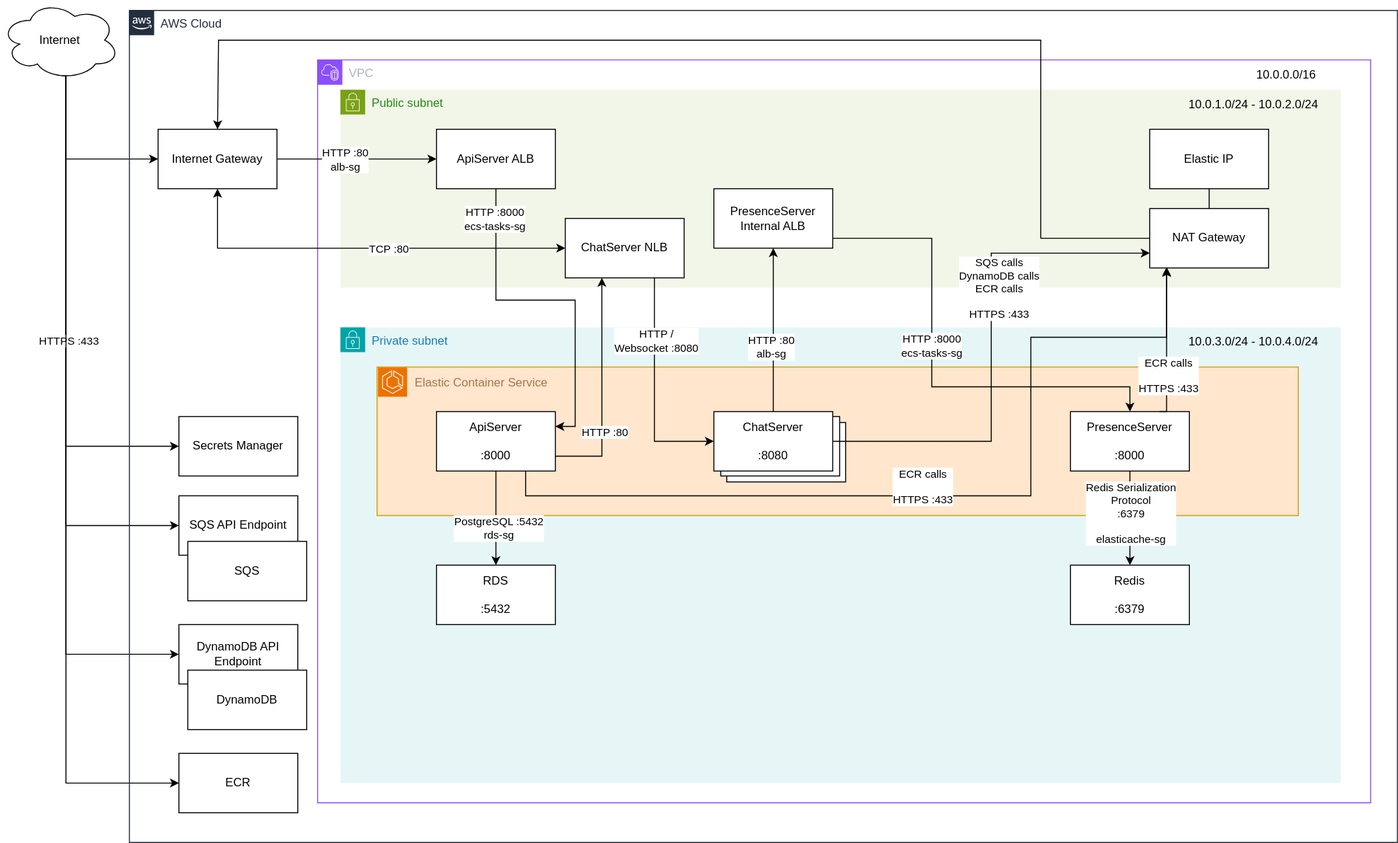
cmichaelsd/ChatSystem keeps this draw.io diagram as diagram.svg. Above is the earlier version. Source tidied: cells renumbered, new cells last; positions are measured from the earlier drawing's top-left corner, leaving out a move shared by most shapes. The source it was exported from:
```xml
<mxGraphModel>
  <root>
    <mxCell id="0" />
    <mxCell id="1" parent="0" />
    <mxCell id="2" style="edgeStyle=orthogonalEdgeStyle;rounded=0;jettySize=auto;html=1;exitX=0.55;exitY=0.95;exitDx=0;exitDy=0;exitPerimeter=0;entryX=0;entryY=0.5;entryDx=0;entryDy=0;" parent="1" edge="1" source="8" target="57">
      <mxGeometry relative="1" as="geometry">
        <Array as="points">
          <mxPoint x="66" y="160" />
        </Array>
      </mxGeometry>
    </mxCell>
    <mxCell id="3" style="edgeStyle=orthogonalEdgeStyle;rounded=0;jettySize=auto;html=1;exitX=0.55;exitY=0.95;exitDx=0;exitDy=0;exitPerimeter=0;entryX=0;entryY=0.5;entryDx=0;entryDy=0;" parent="1" edge="1" target="58">
      <mxGeometry relative="1" as="geometry">
        <mxPoint x="62" y="76" as="sourcePoint" />
        <Array as="points">
          <mxPoint x="66" y="76" />
          <mxPoint x="66" y="450" />
        </Array>
      </mxGeometry>
    </mxCell>
    <mxCell id="4" style="edgeStyle=orthogonalEdgeStyle;rounded=0;jettySize=auto;html=1;exitX=0.55;exitY=0.95;exitDx=0;exitDy=0;exitPerimeter=0;entryX=0;entryY=0.5;entryDx=0;entryDy=0;" parent="1" edge="1" source="8" target="60">
      <mxGeometry relative="1" as="geometry">
        <Array as="points">
          <mxPoint x="66" y="530" />
        </Array>
      </mxGeometry>
    </mxCell>
    <mxCell id="5" style="edgeStyle=orthogonalEdgeStyle;rounded=0;jettySize=auto;html=1;exitX=0.55;exitY=0.95;exitDx=0;exitDy=0;exitPerimeter=0;entryX=0;entryY=0.5;entryDx=0;entryDy=0;" parent="1" edge="1" source="8" target="62">
      <mxGeometry relative="1" as="geometry">
        <Array as="points">
          <mxPoint x="66" y="660" />
        </Array>
      </mxGeometry>
    </mxCell>
    <mxCell id="6" value="HTTPS :433" style="edgeLabel;html=1;align=center;verticalAlign=middle;" parent="5" vertex="1">
      <mxGeometry x="-0.23" y="2" relative="1" as="geometry" />
    </mxCell>
    <mxCell id="7" style="edgeStyle=orthogonalEdgeStyle;rounded=0;jettySize=auto;html=1;exitX=0.55;exitY=0.95;exitDx=0;exitDy=0;exitPerimeter=0;entryX=0;entryY=0.5;entryDx=0;entryDy=0;" parent="1" edge="1" source="8" target="64">
      <mxGeometry relative="1" as="geometry">
        <Array as="points">
          <mxPoint x="66" y="790" />
        </Array>
      </mxGeometry>
    </mxCell>
    <mxCell id="8" value="Internet" style="ellipse;shape=cloud;whiteSpace=wrap;html=1;" parent="1" vertex="1">
      <mxGeometry width="120" height="80" as="geometry" />
    </mxCell>
    <mxCell id="9" value="AWS Cloud" style="gradientColor=none;html=1;whiteSpace=wrap;fontSize=12;fontStyle=0;shape=mxgraph.aws4.group;grIcon=mxgraph.aws4.group_aws_cloud_alt;strokeColor=#232F3E;fillColor=none;verticalAlign=top;align=left;spacingLeft=30;fontColor=#232F3E;dashed=0;" parent="1" vertex="1">
      <mxGeometry x="130" y="10" width="1280" height="840" as="geometry" />
    </mxCell>
    <mxCell id="10" value="Public subnet" style="gradientColor=none;html=1;whiteSpace=wrap;fontSize=12;fontStyle=0;shape=mxgraph.aws4.group;grIcon=mxgraph.aws4.group_security_group;grStroke=0;strokeColor=#7AA116;fillColor=#F2F6E8;verticalAlign=top;align=left;spacingLeft=30;fontColor=#248814;dashed=0;" parent="9" vertex="1">
      <mxGeometry x="213" y="80" width="1010" height="200" as="geometry" />
    </mxCell>
    <mxCell id="11" value="Private subnet" style="gradientColor=none;html=1;whiteSpace=wrap;fontSize=12;fontStyle=0;shape=mxgraph.aws4.group;grIcon=mxgraph.aws4.group_security_group;grStroke=0;strokeColor=#00A4A6;fillColor=#E6F6F7;verticalAlign=top;align=left;spacingLeft=30;fontColor=#147EBA;dashed=0;" parent="9" vertex="1">
      <mxGeometry x="213" y="320" width="1010" height="460" as="geometry" />
    </mxCell>
    <mxCell id="12" value="VPC" style="gradientColor=none;html=1;whiteSpace=wrap;fontSize=12;fontStyle=0;shape=mxgraph.aws4.group;grIcon=mxgraph.aws4.group_vpc2;strokeColor=#8C4FFF;fillColor=none;verticalAlign=top;align=left;spacingLeft=30;fontColor=#AAB7B8;dashed=0;" parent="9" vertex="1">
      <mxGeometry x="190" y="50" width="1063" height="750" as="geometry" />
    </mxCell>
    <mxCell id="13" value="NAT Gateway" style="rounded=0;whiteSpace=wrap;html=1;" parent="12" vertex="1">
      <mxGeometry x="840" y="150" width="120" height="60" as="geometry" />
    </mxCell>
    <mxCell id="14" value="Elastic IP" style="rounded=0;whiteSpace=wrap;html=1;" parent="12" vertex="1">
      <mxGeometry x="840" y="70" width="120" height="60" as="geometry" />
    </mxCell>
    <mxCell id="15" style="endArrow=none;html=1;rounded=0;entryX=0.5;entryY=1;entryDx=0;entryDy=0;exitX=0.5;exitY=0;exitDx=0;exitDy=0;" parent="12" edge="1" source="13" target="14">
      <mxGeometry relative="1" as="geometry" />
    </mxCell>
    <mxCell id="16" style="group;" parent="12" vertex="1">
      <mxGeometry x="60" y="310" width="930" height="200" as="geometry" />
    </mxCell>
    <mxCell id="17" style="rounded=0;whiteSpace=wrap;html=1;fillColor=#ffe6cc;strokeColor=#d79b00;" parent="16" vertex="1">
      <mxGeometry width="930" height="150" as="geometry" />
    </mxCell>
    <mxCell id="18" style="sketch=0;fontColor=#232F3E;fillColor=#ED7100;strokeColor=#ffffff;dashed=0;verticalLabelPosition=bottom;verticalAlign=top;align=center;html=1;fontSize=12;fontStyle=0;shape=mxgraph.aws4.resourceIcon;resIcon=mxgraph.aws4.ecs;" parent="16" vertex="1">
      <mxGeometry x="1" y="0.6" width="29.4" height="29.4" as="geometry" />
    </mxCell>
    <mxCell id="19" value="Elastic Container Service" style="text;html=1;whiteSpace=wrap;strokeColor=none;fillColor=none;align=center;verticalAlign=middle;rounded=0;fontColor=#A8744D;" parent="16" vertex="1">
      <mxGeometry x="21.6" y="-3.1" width="167.3" height="37.5" as="geometry" />
    </mxCell>
    <mxCell id="20" style="rounded=0;whiteSpace=wrap;html=1;" parent="16" vertex="1">
      <mxGeometry x="353" y="56" width="120" height="60" as="geometry" />
    </mxCell>
    <mxCell id="21" style="rounded=0;whiteSpace=wrap;html=1;" parent="16" vertex="1">
      <mxGeometry x="347" y="50" width="120" height="60" as="geometry" />
    </mxCell>
    <mxCell id="22" value="ChatServer&lt;br&gt;&lt;br&gt;:8080" style="rounded=0;whiteSpace=wrap;html=1;" parent="16" vertex="1">
      <mxGeometry x="340" y="45" width="120" height="60" as="geometry" />
    </mxCell>
    <mxCell id="23" value="PresenceServer&lt;br&gt;&lt;br&gt;:8000" style="rounded=0;whiteSpace=wrap;html=1;" parent="16" vertex="1">
      <mxGeometry x="700" y="45" width="120" height="60" as="geometry" />
    </mxCell>
    <mxCell id="24" value="ApiServer&lt;br&gt;&lt;br&gt;:8000" style="rounded=0;whiteSpace=wrap;html=1;" parent="16" vertex="1">
      <mxGeometry x="60" y="45" width="120" height="60" as="geometry" />
    </mxCell>
    <mxCell id="25" value="RDS&lt;br&gt;&lt;div&gt;&lt;br&gt;&lt;/div&gt;&lt;div&gt;:5432&lt;/div&gt;" style="rounded=0;whiteSpace=wrap;html=1;" parent="12" vertex="1">
      <mxGeometry x="120" y="510" width="120" height="60" as="geometry" />
    </mxCell>
    <mxCell id="26" style="edgeStyle=orthogonalEdgeStyle;rounded=0;jettySize=auto;html=1;exitX=1;exitY=0.5;exitDx=0;exitDy=0;entryX=0.5;entryY=0;entryDx=0;entryDy=0;" parent="12" edge="1" source="28" target="23">
      <mxGeometry relative="1" as="geometry">
        <Array as="points">
          <mxPoint x="510" y="160" />
          <mxPoint x="510" y="180" />
          <mxPoint x="620" y="180" />
          <mxPoint x="620" y="330" />
          <mxPoint x="820" y="330" />
        </Array>
      </mxGeometry>
    </mxCell>
    <mxCell id="27" value="HTTP :8000&lt;br&gt;ecs-tasks-sg" style="edgeLabel;html=1;align=center;verticalAlign=middle;" parent="26" vertex="1">
      <mxGeometry x="-0.04" y="-1" relative="1" as="geometry" />
    </mxCell>
    <mxCell id="28" value="PresenceServer Internal ALB" style="rounded=0;whiteSpace=wrap;html=1;" parent="12" vertex="1">
      <mxGeometry x="400" y="130" width="120" height="60" as="geometry" />
    </mxCell>
    <mxCell id="29" style="edgeStyle=orthogonalEdgeStyle;rounded=0;jettySize=auto;html=1;exitX=0.75;exitY=1;exitDx=0;exitDy=0;entryX=0;entryY=0.5;entryDx=0;entryDy=0;" parent="12" edge="1" source="31" target="22">
      <mxGeometry relative="1" as="geometry" />
    </mxCell>
    <mxCell id="30" value="HTTP /&lt;br&gt;Websocket :8080" style="edgeLabel;html=1;align=center;verticalAlign=middle;" parent="29" vertex="1">
      <mxGeometry x="-0.44" y="1" relative="1" as="geometry" />
    </mxCell>
    <mxCell id="31" value="ChatServer NLB" style="rounded=0;whiteSpace=wrap;html=1;" parent="12" vertex="1">
      <mxGeometry x="250" y="160" width="120" height="60" as="geometry" />
    </mxCell>
    <mxCell id="32" style="edgeStyle=orthogonalEdgeStyle;rounded=0;jettySize=auto;html=1;exitX=0.5;exitY=1;exitDx=0;exitDy=0;entryX=1;entryY=0.25;entryDx=0;entryDy=0;" parent="12" edge="1" source="34" target="24">
      <mxGeometry relative="1" as="geometry" />
    </mxCell>
    <mxCell id="33" value="HTTP :8000&lt;div&gt;ecs-tasks-sg&lt;/div&gt;" style="edgeLabel;html=1;align=center;verticalAlign=middle;" parent="32" vertex="1">
      <mxGeometry x="-0.82" y="-2" relative="1" as="geometry" />
    </mxCell>
    <mxCell id="34" value="ApiServer ALB" style="rounded=0;whiteSpace=wrap;html=1;" parent="12" vertex="1">
      <mxGeometry x="120" y="70" width="120" height="60" as="geometry" />
    </mxCell>
    <mxCell id="35" value="Redis&lt;br&gt;&lt;br&gt;:6379" style="rounded=0;whiteSpace=wrap;html=1;" parent="12" vertex="1">
      <mxGeometry x="760" y="510" width="120" height="60" as="geometry" />
    </mxCell>
    <mxCell id="36" style="edgeStyle=orthogonalEdgeStyle;rounded=0;jettySize=auto;html=1;exitX=0.5;exitY=1;exitDx=0;exitDy=0;" parent="12" edge="1" source="23" target="35">
      <mxGeometry relative="1" as="geometry" />
    </mxCell>
    <mxCell id="37" value="Redis Serialization&lt;br&gt;Protocol&lt;br&gt;:6379&lt;br&gt;&lt;br&gt;elasticache-sg" style="edgeLabel;html=1;align=center;verticalAlign=middle;" parent="36" vertex="1">
      <mxGeometry x="0.22" y="-1" relative="1" as="geometry">
        <mxPoint x="1" y="-16" as="offset" />
      </mxGeometry>
    </mxCell>
    <mxCell id="38" style="edgeStyle=orthogonalEdgeStyle;rounded=0;jettySize=auto;html=1;exitX=0.5;exitY=1;exitDx=0;exitDy=0;entryX=0.5;entryY=0;entryDx=0;entryDy=0;" parent="12" edge="1" source="24" target="25">
      <mxGeometry relative="1" as="geometry" />
    </mxCell>
    <mxCell id="39" value="PostgreSQL :5432&lt;br&gt;rds-sg" style="edgeLabel;html=1;align=center;verticalAlign=middle;" parent="38" vertex="1">
      <mxGeometry x="0.19" y="2" relative="1" as="geometry" />
    </mxCell>
    <mxCell id="40" style="edgeStyle=orthogonalEdgeStyle;rounded=0;jettySize=auto;html=1;exitX=0.5;exitY=0;exitDx=0;exitDy=0;entryX=0.5;entryY=1;entryDx=0;entryDy=0;" parent="12" edge="1" source="22" target="28">
      <mxGeometry relative="1" as="geometry" />
    </mxCell>
    <mxCell id="41" value="HTTP :80&lt;br&gt;alb-sg" style="edgeLabel;html=1;align=center;verticalAlign=middle;" parent="40" vertex="1">
      <mxGeometry x="-0.24" y="3" relative="1" as="geometry">
        <mxPoint y="-3" as="offset" />
      </mxGeometry>
    </mxCell>
    <mxCell id="42" style="edgeStyle=orthogonalEdgeStyle;rounded=0;jettySize=auto;html=1;exitX=1;exitY=0.75;exitDx=0;exitDy=0;entryX=0.308;entryY=1;entryDx=0;entryDy=0;entryPerimeter=0;" parent="12" edge="1" source="24" target="31">
      <mxGeometry relative="1" as="geometry" />
    </mxCell>
    <mxCell id="43" value="HTTP :80" style="edgeLabel;html=1;align=center;verticalAlign=middle;" parent="42" vertex="1">
      <mxGeometry x="-0.49" relative="1" as="geometry">
        <mxPoint x="3" y="-14" as="offset" />
      </mxGeometry>
    </mxCell>
    <mxCell id="44" style="edgeStyle=orthogonalEdgeStyle;rounded=0;jettySize=auto;html=1;exitX=1;exitY=0.5;exitDx=0;exitDy=0;entryX=0;entryY=0.75;entryDx=0;entryDy=0;" parent="12" edge="1" source="22" target="13">
      <mxGeometry relative="1" as="geometry" />
    </mxCell>
    <mxCell id="45" value="SQS calls&lt;br&gt;DynamoDB calls&lt;br&gt;ECR calls&lt;br&gt;&lt;br&gt;HTTPS :433" style="edgeLabel;html=1;align=center;verticalAlign=middle;" parent="44" vertex="1">
      <mxGeometry x="0.18" y="1" relative="1" as="geometry">
        <mxPoint x="8" y="-13" as="offset" />
      </mxGeometry>
    </mxCell>
    <mxCell id="46" value="10.0.1.0/24 - 10.0.2.0/24" style="text;html=1;whiteSpace=wrap;strokeColor=none;fillColor=none;align=center;verticalAlign=middle;rounded=0;" parent="12" vertex="1">
      <mxGeometry x="860" y="30" width="170" height="30" as="geometry" />
    </mxCell>
    <mxCell id="47" value="10.0.3.0/24 - 10.0.4.0/24" style="text;html=1;whiteSpace=wrap;strokeColor=none;fillColor=none;align=center;verticalAlign=middle;rounded=0;" parent="12" vertex="1">
      <mxGeometry x="860" y="270" width="170" height="30" as="geometry" />
    </mxCell>
    <mxCell id="48" value="10.0.0.0/16" style="text;html=1;whiteSpace=wrap;strokeColor=none;fillColor=none;align=center;verticalAlign=middle;rounded=0;" parent="12" vertex="1">
      <mxGeometry x="893" width="170" height="30" as="geometry" />
    </mxCell>
    <mxCell id="49" style="edgeStyle=orthogonalEdgeStyle;rounded=0;jettySize=auto;html=1;exitX=0.75;exitY=1;exitDx=0;exitDy=0;entryX=0.142;entryY=0.983;entryDx=0;entryDy=0;entryPerimeter=0;curved=0;" parent="12" edge="1" source="24" target="13">
      <mxGeometry relative="1" as="geometry">
        <Array as="points">
          <mxPoint x="210" y="440" />
          <mxPoint x="720" y="440" />
          <mxPoint x="720" y="280" />
          <mxPoint x="857" y="280" />
        </Array>
      </mxGeometry>
    </mxCell>
    <mxCell id="50" style="edgeStyle=orthogonalEdgeStyle;rounded=0;jettySize=auto;html=1;exitX=0.75;exitY=0;exitDx=0;exitDy=0;entryX=0.142;entryY=1;entryDx=0;entryDy=0;entryPerimeter=0;" parent="12" edge="1" source="23" target="13">
      <mxGeometry relative="1" as="geometry">
        <Array as="points">
          <mxPoint x="857" y="355" />
        </Array>
      </mxGeometry>
    </mxCell>
    <mxCell id="51" value="ECR calls&lt;br&gt;&lt;br&gt;HTTPS :433" style="edgeLabel;html=1;align=center;verticalAlign=middle;" parent="50" vertex="1">
      <mxGeometry x="0.49" relative="1" as="geometry">
        <mxPoint x="-247" y="181" as="offset" />
      </mxGeometry>
    </mxCell>
    <mxCell id="52" value="ECR calls&lt;br&gt;&lt;br&gt;HTTPS :433" style="edgeLabel;html=1;align=center;verticalAlign=middle;" parent="50" vertex="1">
      <mxGeometry x="-0.42" y="-1" relative="1" as="geometry" />
    </mxCell>
    <mxCell id="53" style="edgeStyle=orthogonalEdgeStyle;rounded=0;jettySize=auto;html=1;exitX=1;exitY=0.5;exitDx=0;exitDy=0;" parent="9" edge="1" source="57" target="34">
      <mxGeometry relative="1" as="geometry" />
    </mxCell>
    <mxCell id="54" value="HTTP :80&lt;br&gt;alb-sg" style="edgeLabel;html=1;align=center;verticalAlign=middle;" parent="53" vertex="1">
      <mxGeometry x="-0.16" relative="1" as="geometry" />
    </mxCell>
    <mxCell id="55" style="edgeStyle=orthogonalEdgeStyle;rounded=0;jettySize=auto;html=1;exitX=0.5;exitY=1;exitDx=0;exitDy=0;entryX=0;entryY=0.5;entryDx=0;entryDy=0;startArrow=classic;startFill=1;" parent="9" edge="1" source="57" target="31">
      <mxGeometry relative="1" as="geometry" />
    </mxCell>
    <mxCell id="56" value="TCP :80" style="edgeLabel;html=1;align=center;verticalAlign=middle;" parent="55" vertex="1">
      <mxGeometry x="0.13" relative="1" as="geometry" />
    </mxCell>
    <mxCell id="57" value="Internet Gateway" style="rounded=0;whiteSpace=wrap;html=1;" parent="9" vertex="1">
      <mxGeometry x="29" y="120" width="120" height="60" as="geometry" />
    </mxCell>
    <mxCell id="58" value="Secrets Manager" style="rounded=0;whiteSpace=wrap;html=1;" parent="9" vertex="1">
      <mxGeometry x="50" y="410" width="120" height="60" as="geometry" />
    </mxCell>
    <mxCell id="59" style="edgeStyle=orthogonalEdgeStyle;rounded=0;jettySize=auto;html=1;exitX=0;exitY=0.5;exitDx=0;exitDy=0;entryX=0.5;entryY=0;entryDx=0;entryDy=0;" parent="9" edge="1" source="13" target="57">
      <mxGeometry relative="1" as="geometry">
        <Array as="points">
          <mxPoint x="920" y="230" />
          <mxPoint x="920" y="30" />
          <mxPoint x="90" y="30" />
        </Array>
      </mxGeometry>
    </mxCell>
    <mxCell id="60" value="SQS API Endpoint" style="rounded=0;whiteSpace=wrap;html=1;" parent="9" vertex="1">
      <mxGeometry x="50" y="490" width="120" height="60" as="geometry" />
    </mxCell>
    <mxCell id="61" value="SQS" style="rounded=0;whiteSpace=wrap;html=1;" parent="9" vertex="1">
      <mxGeometry x="59" y="536" width="120" height="60" as="geometry" />
    </mxCell>
    <mxCell id="62" value="DynamoDB API Endpoint" style="rounded=0;whiteSpace=wrap;html=1;" parent="9" vertex="1">
      <mxGeometry x="50" y="620" width="120" height="60" as="geometry" />
    </mxCell>
    <mxCell id="63" value="DynamoDB" style="rounded=0;whiteSpace=wrap;html=1;" parent="9" vertex="1">
      <mxGeometry x="59" y="666" width="120" height="60" as="geometry" />
    </mxCell>
    <mxCell id="64" value="ECR" style="rounded=0;whiteSpace=wrap;html=1;" parent="9" vertex="1">
      <mxGeometry x="50" y="750" width="120" height="60" as="geometry" />
    </mxCell>
  </root>
</mxGraphModel>
```
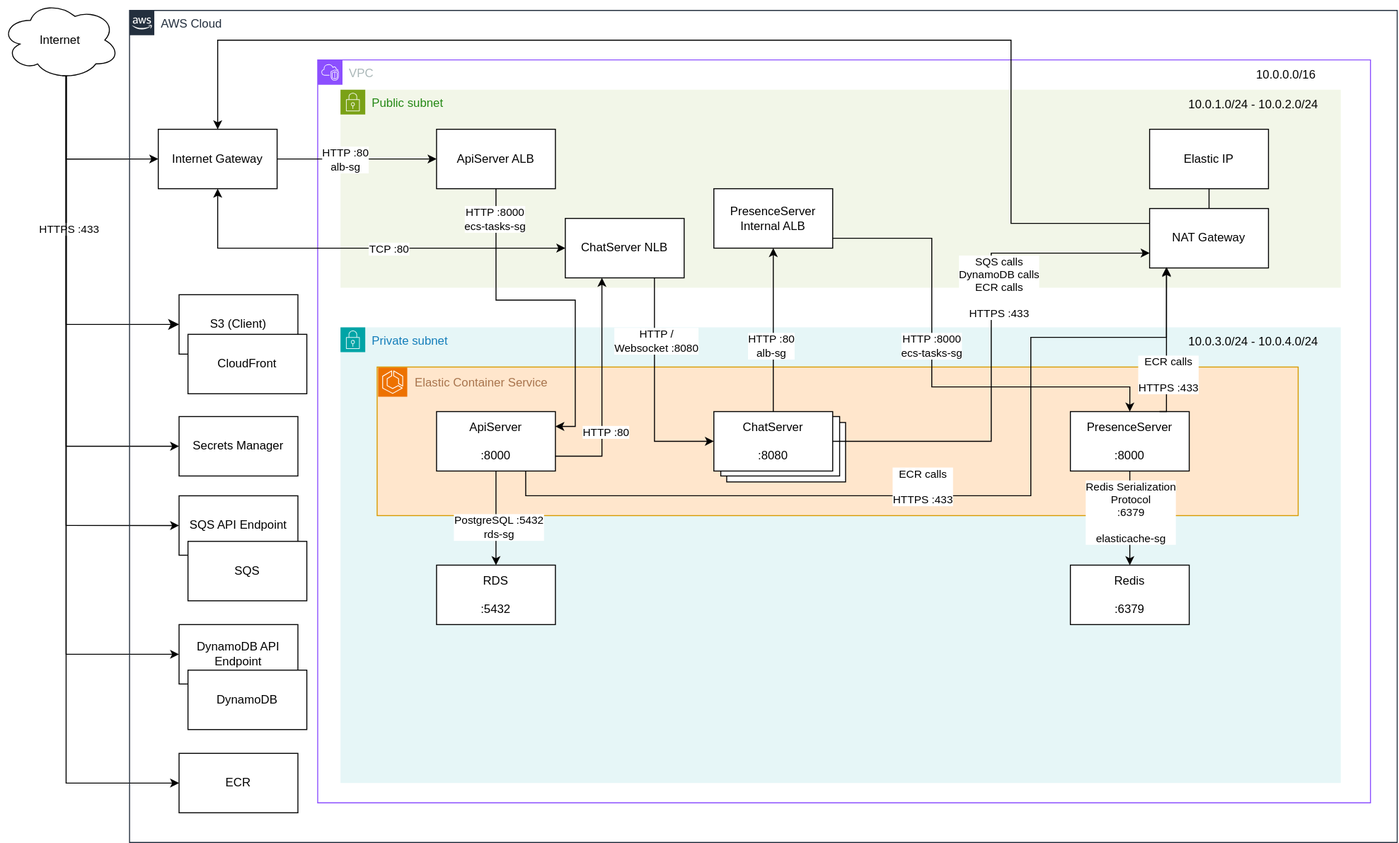
The same diagram one commit later.

Commit message:
Updated diagram to have cloudfront / s3.

The edit, as a diff of the source:
```diff
@@ -33,7 +33,9 @@
       </mxGeometry>
     </mxCell>
     <mxCell id="6" value="HTTPS :433" style="edgeLabel;html=1;align=center;verticalAlign=middle;" parent="5" vertex="1">
-      <mxGeometry x="-0.23" y="2" relative="1" as="geometry" />
+      <mxGeometry x="-0.23" y="2" relative="1" as="geometry">
+        <mxPoint y="-113" as="offset" />
+      </mxGeometry>
     </mxCell>
     <mxCell id="7" style="edgeStyle=orthogonalEdgeStyle;rounded=0;jettySize=auto;html=1;exitX=0.55;exitY=0.95;exitDx=0;exitDy=0;exitPerimeter=0;entryX=0;entryY=0.5;entryDx=0;entryDy=0;" parent="1" edge="1" source="8" target="64">
       <mxGeometry relative="1" as="geometry">
@@ -42,6 +44,13 @@
         </Array>
       </mxGeometry>
     </mxCell>
+    <mxCell id="65" style="edgeStyle=orthogonalEdgeStyle;rounded=0;jettySize=auto;html=1;exitX=0.55;exitY=0.95;exitDx=0;exitDy=0;exitPerimeter=0;entryX=0;entryY=0.5;entryDx=0;entryDy=0;fontSize=12;startSize=8;endSize=8;" parent="1" edge="1" source="8" target="66">
+      <mxGeometry relative="1" as="geometry">
+        <Array as="points">
+          <mxPoint x="66" y="327" />
+        </Array>
+      </mxGeometry>
+    </mxCell>
     <mxCell id="8" value="Internet" style="ellipse;shape=cloud;whiteSpace=wrap;html=1;" parent="1" vertex="1">
       <mxGeometry width="120" height="80" as="geometry" />
     </mxCell>
@@ -224,15 +233,6 @@
     <mxCell id="58" value="Secrets Manager" style="rounded=0;whiteSpace=wrap;html=1;" parent="9" vertex="1">
       <mxGeometry x="50" y="410" width="120" height="60" as="geometry" />
     </mxCell>
-    <mxCell id="59" style="edgeStyle=orthogonalEdgeStyle;rounded=0;jettySize=auto;html=1;exitX=0;exitY=0.5;exitDx=0;exitDy=0;entryX=0.5;entryY=0;entryDx=0;entryDy=0;" parent="9" edge="1" source="13" target="57">
-      <mxGeometry relative="1" as="geometry">
-        <Array as="points">
-          <mxPoint x="920" y="230" />
-          <mxPoint x="920" y="30" />
-          <mxPoint x="90" y="30" />
-        </Array>
-      </mxGeometry>
-    </mxCell>
     <mxCell id="60" value="SQS API Endpoint" style="rounded=0;whiteSpace=wrap;html=1;" parent="9" vertex="1">
       <mxGeometry x="50" y="490" width="120" height="60" as="geometry" />
     </mxCell>
@@ -248,5 +248,20 @@
     <mxCell id="64" value="ECR" style="rounded=0;whiteSpace=wrap;html=1;" parent="9" vertex="1">
       <mxGeometry x="50" y="750" width="120" height="60" as="geometry" />
     </mxCell>
+    <mxCell id="66" value="S3 (Client)" style="rounded=0;whiteSpace=wrap;html=1;" parent="9" vertex="1">
+      <mxGeometry x="50" y="287" width="120" height="60" as="geometry" />
+    </mxCell>
+    <mxCell id="67" value="CloudFront" style="rounded=0;whiteSpace=wrap;html=1;" parent="9" vertex="1">
+      <mxGeometry x="59" y="327" width="120" height="60" as="geometry" />
+    </mxCell>
+    <mxCell id="59" style="edgeStyle=orthogonalEdgeStyle;rounded=0;jettySize=auto;html=1;exitX=0;exitY=0.25;exitDx=0;exitDy=0;entryX=0.5;entryY=0;entryDx=0;entryDy=0;" parent="9" edge="1" source="13" target="57">
+      <mxGeometry relative="1" as="geometry">
+        <Array as="points">
+          <mxPoint x="890" y="215" />
+          <mxPoint x="890" y="30" />
+          <mxPoint x="89" y="30" />
+        </Array>
+      </mxGeometry>
+    </mxCell>
   </root>
 </mxGraphModel>
```
